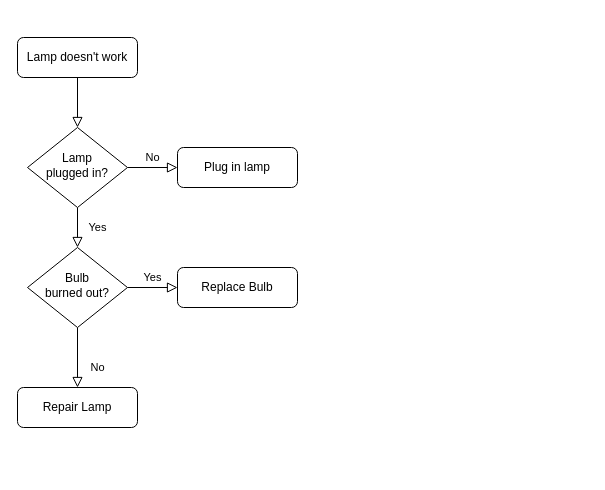
This is db&redis_consistency.drawio from qiufang1314/drawio, a draw.io file, before an edit. Source tidied: cells renumbered, new cells numbered last; positions are measured from the earlier drawing's top-left corner, leaving out a move shared by most shapes. Both pictures are drawn from the tidied source at 100%, with x=0, y=0 at pixel (17, 37).
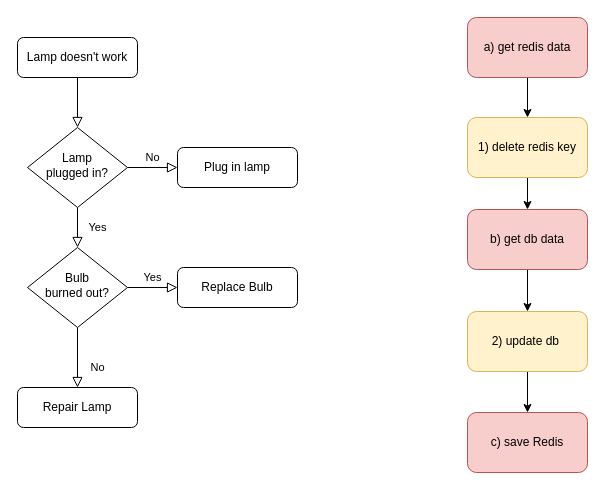
The same page after the edit.

Diff of the diagram source:
```diff
@@
+    <mxCell id="13" style="edgeStyle=orthogonalEdgeStyle;rounded=0;jettySize=auto;html=1;" parent="1" edge="1" source="14" target="20">
+      <mxGeometry relative="1" as="geometry" />
+    </mxCell>
+    <mxCell id="14" value="1) delete redis key" style="rounded=1;whiteSpace=wrap;html=1;fillColor=#fff2cc;strokeColor=#d6b656;" parent="1" vertex="1">
+      <mxGeometry x="450" y="80" width="120" height="60" as="geometry" />
+    </mxCell>
+    <mxCell id="15" style="edgeStyle=orthogonalEdgeStyle;rounded=0;jettySize=auto;html=1;" parent="1" edge="1" source="16" target="21">
+      <mxGeometry relative="1" as="geometry" />
+    </mxCell>
+    <mxCell id="16" value="2) update db&amp;nbsp;" style="rounded=1;whiteSpace=wrap;html=1;fillColor=#fff2cc;strokeColor=#d6b656;" parent="1" vertex="1">
+      <mxGeometry x="450" y="274" width="120" height="60" as="geometry" />
+    </mxCell>
+    <mxCell id="17" style="edgeStyle=orthogonalEdgeStyle;rounded=0;jettySize=auto;html=1;exitX=0.5;exitY=1;exitDx=0;exitDy=0;entryX=0.5;entryY=0;entryDx=0;entryDy=0;" parent="1" edge="1" source="18" target="14">
+      <mxGeometry relative="1" as="geometry" />
+    </mxCell>
+    <mxCell id="18" value="a) get redis data" style="rounded=1;whiteSpace=wrap;html=1;fillColor=#f8cecc;strokeColor=#b85450;" parent="1" vertex="1">
+      <mxGeometry x="450" y="-20" width="120" height="60" as="geometry" />
+    </mxCell>
+    <mxCell id="19" style="edgeStyle=orthogonalEdgeStyle;rounded=0;jettySize=auto;html=1;" parent="1" edge="1" source="20" target="16">
+      <mxGeometry relative="1" as="geometry" />
+    </mxCell>
+    <mxCell id="20" value="b) get db data" style="rounded=1;whiteSpace=wrap;html=1;fillColor=#f8cecc;strokeColor=#b85450;" parent="1" vertex="1">
+      <mxGeometry x="450" y="172" width="120" height="60" as="geometry" />
+    </mxCell>
+    <mxCell id="21" value="c) save Redis" style="rounded=1;whiteSpace=wrap;html=1;fillColor=#f8cecc;strokeColor=#b85450;" parent="1" vertex="1">
+      <mxGeometry x="450" y="375" width="120" height="60" as="geometry" />
+    </mxCell>
```
